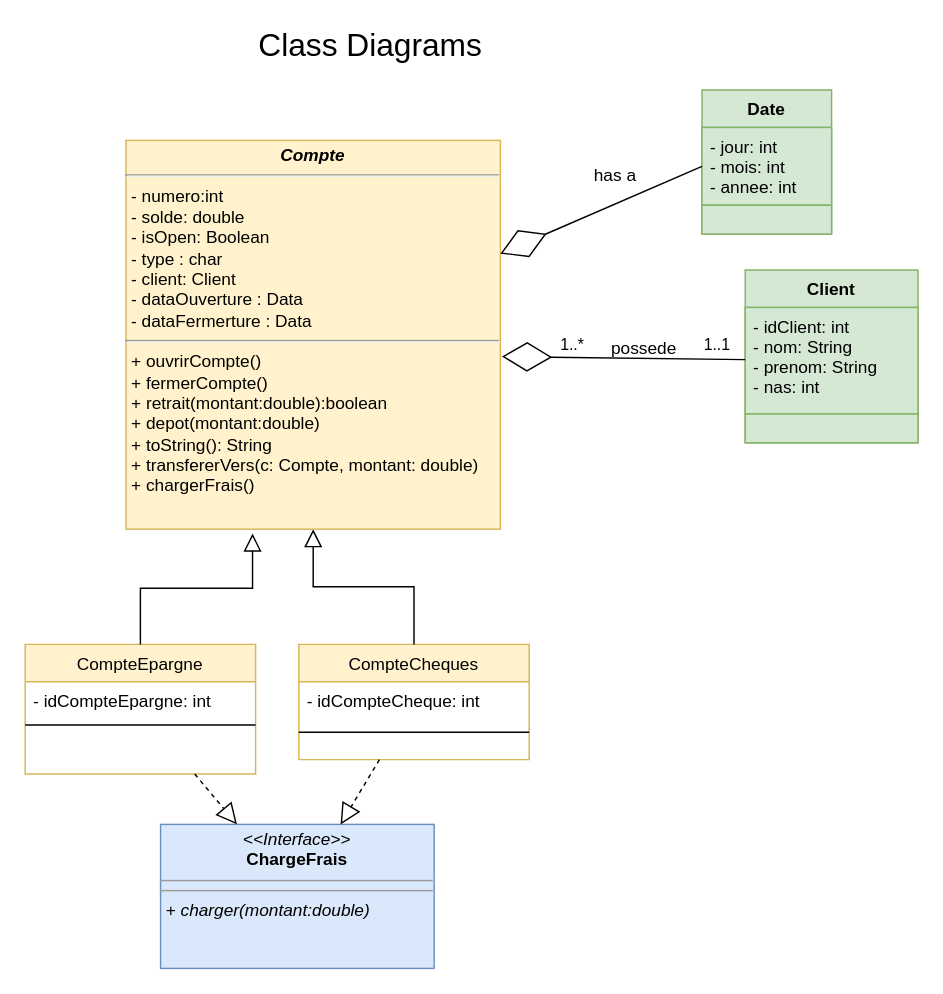
This is DEPOT/UML_Banque_Java.drawio from LuisCODS/Banque_Java, a draw.io file, before an edit. Source tidied: cells renumbered, new cells numbered last; positions are measured from the earlier drawing's top-left corner, leaving out a move shared by most shapes. Both pictures are drawn from the tidied source at 144%, with x=0, y=0 at pixel (24, 24).
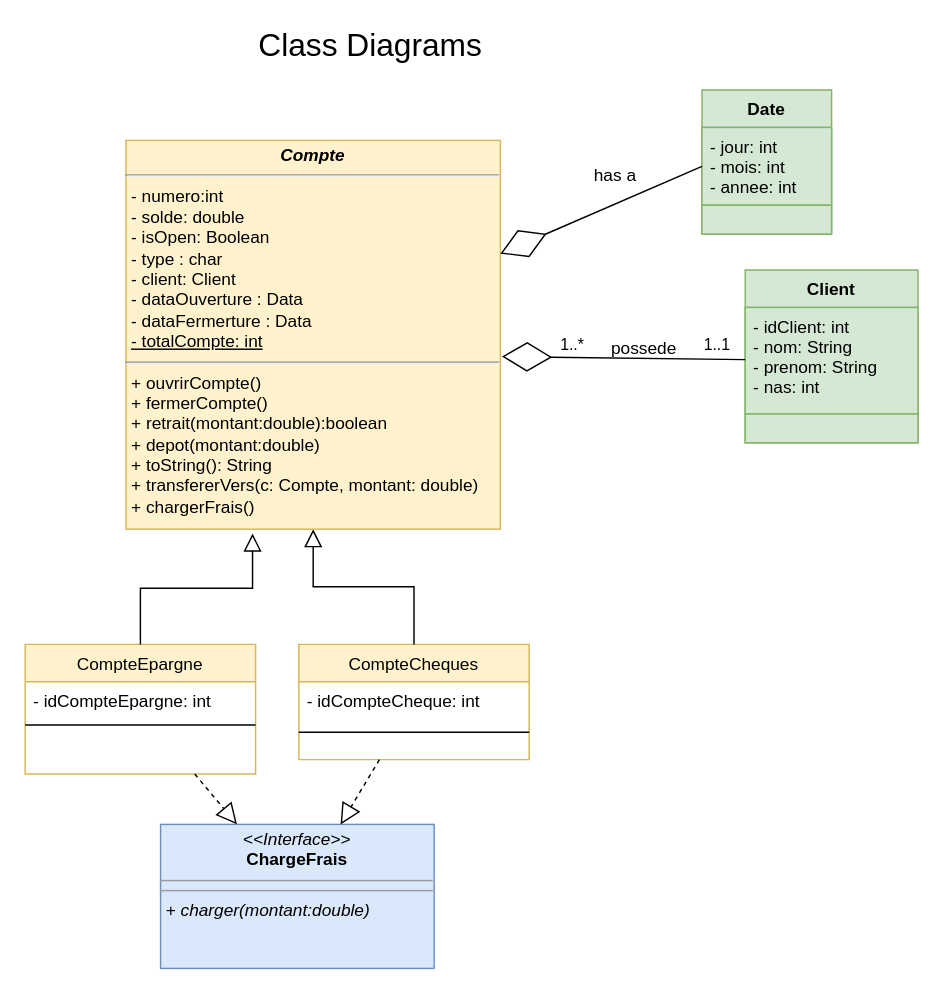
The same page after the edit.

Change to the diagram source:
```diff
@@
-    <mxCell id="10" value="&lt;p style=&quot;margin: 4px 0px 0px; text-align: center; font-size: 12px;&quot;&gt;&lt;i style=&quot;font-size: 12px;&quot;&gt;&lt;b style=&quot;font-size: 12px;&quot;&gt;Compte&lt;/b&gt;&lt;/i&gt;&lt;/p&gt;&lt;hr style=&quot;font-size: 12px;&quot;&gt;&lt;p style=&quot;margin: 0px 0px 0px 4px; font-size: 12px;&quot;&gt;&lt;span style=&quot;font-size: 12px;&quot;&gt;&lt;span style=&quot;font-size: 12px;&quot;&gt;- numero:int&lt;/span&gt;&lt;/span&gt;&lt;/p&gt;&lt;p style=&quot;margin: 0px 0px 0px 4px; font-size: 12px;&quot;&gt;&lt;span style=&quot;font-size: 12px;&quot;&gt;&lt;span style=&quot;font-size: 12px;&quot;&gt;- solde: double&lt;/span&gt;&lt;/span&gt;&lt;/p&gt;&lt;p style=&quot;margin: 0px 0px 0px 4px; font-size: 12px;&quot;&gt;&lt;span style=&quot;font-size: 12px;&quot;&gt;&lt;span style=&quot;font-size: 12px;&quot;&gt;- isOpen: Boolean&lt;/span&gt;&lt;/span&gt;&lt;/p&gt;&lt;p style=&quot;margin: 0px 0px 0px 4px; font-size: 12px;&quot;&gt;&lt;span style=&quot;font-size: 12px;&quot;&gt;&lt;span style=&quot;font-size: 12px;&quot;&gt;- type : char&lt;/span&gt;&lt;/span&gt;&lt;/p&gt;&lt;p style=&quot;margin: 0px 0px 0px 4px; font-size: 12px;&quot;&gt;- client: Client&lt;/p&gt;&lt;p style=&quot;margin: 0px 0px 0px 4px; font-size: 12px;&quot;&gt;- dataOuverture : Data&lt;/p&gt;&lt;p style=&quot;margin: 0px 0px 0px 4px; font-size: 12px;&quot;&gt;- dataFermerture : Data&lt;span style=&quot;font-size: 12px;&quot;&gt;&lt;span style=&quot;font-size: 12px;&quot;&gt;&lt;/span&gt;&lt;/span&gt;&lt;span style=&quot;font-size: 12px;&quot;&gt;&lt;span style=&quot;font-size: 12px;&quot;&gt;&lt;/span&gt;&lt;/span&gt;&lt;/p&gt;&lt;p style=&quot;margin: 0px 0px 0px 4px; font-size: 12px;&quot;&gt;&lt;/p&gt;&lt;hr style=&quot;font-size: 12px;&quot;&gt;&lt;p style=&quot;margin: 0px 0px 0px 4px; font-size: 12px;&quot;&gt;+ ouvrirCompte()&lt;br style=&quot;font-size: 12px;&quot;&gt;&lt;/p&gt;&lt;p style=&quot;margin: 0px 0px 0px 4px; font-size: 12px;&quot;&gt;+ fermerCompte()&lt;br style=&quot;font-size: 12px;&quot;&gt;&lt;/p&gt;&lt;p style=&quot;margin: 0px 0px 0px 4px; font-size: 12px;&quot;&gt;+ retrait(montant:double):boolean&lt;/p&gt;&lt;p style=&quot;margin: 0px 0px 0px 4px; font-size: 12px;&quot;&gt;+ depot(montant:double)&lt;br style=&quot;font-size: 12px;&quot;&gt;&lt;/p&gt;&lt;p style=&quot;margin: 0px 0px 0px 4px; font-size: 12px;&quot;&gt;+ toString(): String&lt;/p&gt;&lt;p style=&quot;margin: 0px 0px 0px 4px; font-size: 12px;&quot;&gt;&lt;/p&gt;&lt;p style=&quot;margin: 0px 0px 0px 4px; font-size: 12px;&quot;&gt;+ transfererVers(c: Compte, montant: double)&lt;br style=&quot;font-size: 12px;&quot;&gt;&lt;/p&gt;&lt;p style=&quot;margin: 0px 0px 0px 4px; font-size: 12px;&quot; align=&quot;left&quot;&gt;+ chargerFrais()&lt;br style=&quot;font-size: 12px;&quot;&gt;&lt;/p&gt;&lt;p style=&quot;margin: 0px 0px 0px 4px; font-size: 12px;&quot;&gt;&lt;/p&gt;&lt;p style=&quot;margin: 0px 0px 0px 4px; font-size: 12px;&quot;&gt;&lt;/p&gt;&lt;p style=&quot;margin: 0px 0px 0px 4px; font-size: 12px;&quot;&gt;&lt;/p&gt;&lt;p style=&quot;margin: 0px 0px 0px 4px; font-size: 12px;&quot;&gt;&lt;/p&gt;&lt;p style=&quot;margin: 0px 0px 0px 4px; font-size: 12px;&quot;&gt;&lt;/p&gt;" style="verticalAlign=top;align=left;overflow=fill;fontSize=12;fontFamily=Helvetica;html=1;fillColor=#fff2cc;strokeColor=#d6b656;" parent="1" vertex="1">
+    <mxCell id="10" value="&lt;p style=&quot;margin: 4px 0px 0px; text-align: center; font-size: 12px;&quot;&gt;&lt;i style=&quot;font-size: 12px;&quot;&gt;&lt;b style=&quot;font-size: 12px;&quot;&gt;Compte&lt;/b&gt;&lt;/i&gt;&lt;/p&gt;&lt;hr style=&quot;font-size: 12px;&quot;&gt;&lt;p style=&quot;margin: 0px 0px 0px 4px; font-size: 12px;&quot;&gt;&lt;span style=&quot;font-size: 12px;&quot;&gt;&lt;span style=&quot;font-size: 12px;&quot;&gt;- numero:int&lt;/span&gt;&lt;/span&gt;&lt;/p&gt;&lt;p style=&quot;margin: 0px 0px 0px 4px; font-size: 12px;&quot;&gt;&lt;span style=&quot;font-size: 12px;&quot;&gt;&lt;span style=&quot;font-size: 12px;&quot;&gt;- solde: double&lt;/span&gt;&lt;/span&gt;&lt;/p&gt;&lt;p style=&quot;margin: 0px 0px 0px 4px; font-size: 12px;&quot;&gt;&lt;span style=&quot;font-size: 12px;&quot;&gt;&lt;span style=&quot;font-size: 12px;&quot;&gt;- isOpen: Boolean&lt;/span&gt;&lt;/span&gt;&lt;/p&gt;&lt;p style=&quot;margin: 0px 0px 0px 4px; font-size: 12px;&quot;&gt;&lt;span style=&quot;font-size: 12px;&quot;&gt;&lt;span style=&quot;font-size: 12px;&quot;&gt;- type : char&lt;/span&gt;&lt;/span&gt;&lt;/p&gt;&lt;p style=&quot;margin: 0px 0px 0px 4px; font-size: 12px;&quot;&gt;- client: Client&lt;/p&gt;&lt;p style=&quot;margin: 0px 0px 0px 4px; font-size: 12px;&quot;&gt;- dataOuverture : Data&lt;/p&gt;&lt;p style=&quot;margin: 0px 0px 0px 4px; font-size: 12px;&quot;&gt;- dataFermerture : Data&lt;/p&gt;&lt;p style=&quot;margin: 0px 0px 0px 4px; font-size: 12px;&quot;&gt;&lt;u&gt;- totalCompte: int&lt;/u&gt;&lt;br&gt;&lt;span style=&quot;font-size: 12px;&quot;&gt;&lt;span style=&quot;font-size: 12px;&quot;&gt;&lt;/span&gt;&lt;/span&gt;&lt;span style=&quot;font-size: 12px;&quot;&gt;&lt;span style=&quot;font-size: 12px;&quot;&gt;&lt;/span&gt;&lt;/span&gt;&lt;/p&gt;&lt;p style=&quot;margin: 0px 0px 0px 4px; font-size: 12px;&quot;&gt;&lt;/p&gt;&lt;hr style=&quot;font-size: 12px;&quot;&gt;&lt;p style=&quot;margin: 0px 0px 0px 4px; font-size: 12px;&quot;&gt;+ ouvrirCompte()&lt;br style=&quot;font-size: 12px;&quot;&gt;&lt;/p&gt;&lt;p style=&quot;margin: 0px 0px 0px 4px; font-size: 12px;&quot;&gt;+ fermerCompte()&lt;br style=&quot;font-size: 12px;&quot;&gt;&lt;/p&gt;&lt;p style=&quot;margin: 0px 0px 0px 4px; font-size: 12px;&quot;&gt;+ retrait(montant:double):boolean&lt;/p&gt;&lt;p style=&quot;margin: 0px 0px 0px 4px; font-size: 12px;&quot;&gt;+ depot(montant:double)&lt;br style=&quot;font-size: 12px;&quot;&gt;&lt;/p&gt;&lt;p style=&quot;margin: 0px 0px 0px 4px; font-size: 12px;&quot;&gt;+ toString(): String&lt;/p&gt;&lt;p style=&quot;margin: 0px 0px 0px 4px; font-size: 12px;&quot;&gt;&lt;/p&gt;&lt;p style=&quot;margin: 0px 0px 0px 4px; font-size: 12px;&quot;&gt;+ transfererVers(c: Compte, montant: double)&lt;br style=&quot;font-size: 12px;&quot;&gt;&lt;/p&gt;&lt;p style=&quot;margin: 0px 0px 0px 4px; font-size: 12px;&quot; align=&quot;left&quot;&gt;+ chargerFrais()&lt;br style=&quot;font-size: 12px;&quot;&gt;&lt;/p&gt;&lt;p style=&quot;margin: 0px 0px 0px 4px; font-size: 12px;&quot;&gt;&lt;/p&gt;&lt;p style=&quot;margin: 0px 0px 0px 4px; font-size: 12px;&quot;&gt;&lt;/p&gt;&lt;p style=&quot;margin: 0px 0px 0px 4px; font-size: 12px;&quot;&gt;&lt;/p&gt;&lt;p style=&quot;margin: 0px 0px 0px 4px; font-size: 12px;&quot;&gt;&lt;/p&gt;&lt;p style=&quot;margin: 0px 0px 0px 4px; font-size: 12px;&quot;&gt;&lt;/p&gt;" style="verticalAlign=top;align=left;overflow=fill;fontSize=12;fontFamily=Helvetica;html=1;fillColor=#fff2cc;strokeColor=#d6b656;" parent="1" vertex="1">
       <mxGeometry x="70" y="80" width="260" height="270" as="geometry" />
     </mxCell>
```
